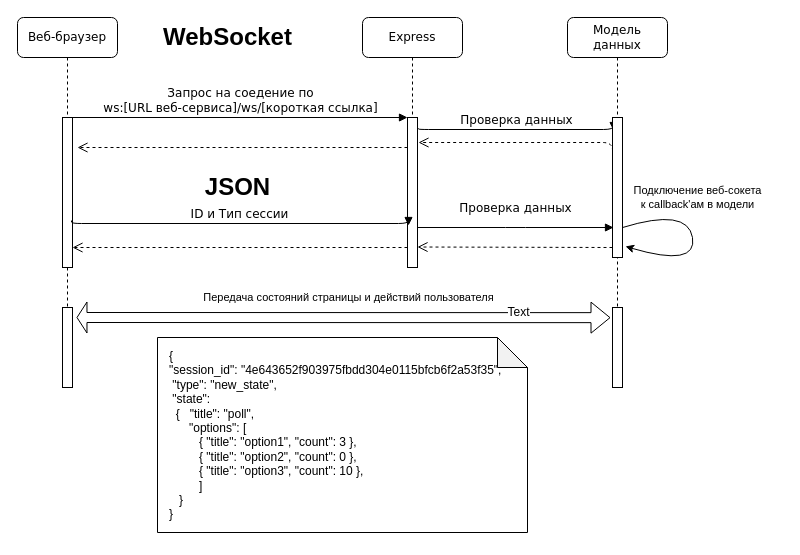
Above: drawio/wsdiagram.drawio in Jeday/GraduationPaper (draw.io), before the change. Source tidied: cells renumbered, new cells numbered last; positions are measured from the earlier drawing's top-left corner, leaving out a move shared by most shapes. Both pictures are drawn from the tidied source at 100%, with x=0, y=0 at pixel (-7, 17).
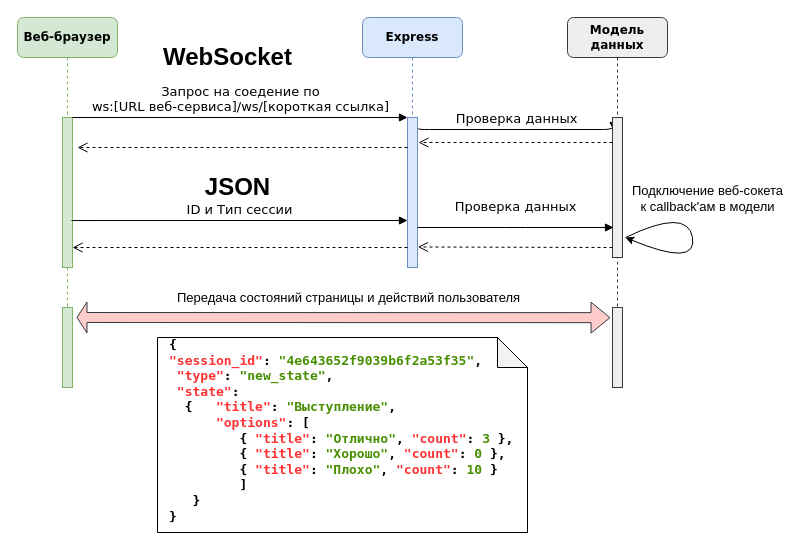
The same diagram, later.

The change refers to these unchanged cells:
```xml
<mxCell id="24" style="group;" parent="23" vertex="1">
  <mxGeometry width="370" height="195" as="geometry" />
</mxCell>
```

The edit, as a diff of the source:
```diff
@@
-    <mxCell id="2" value="Express" style="shape=umlLifeline;perimeter=lifelinePerimeter;whiteSpace=wrap;html=1;rounded=1;shadow=0;comic=0;labelBackgroundColor=none;strokeColor=#000000;strokeWidth=1;fillColor=#FFFFFF;fontFamily=Verdana;fontSize=12;fontColor=#000000;align=center;" parent="1" vertex="1">
+    <mxCell id="2" value="Express" style="shape=umlLifeline;perimeter=lifelinePerimeter;whiteSpace=wrap;html=1;rounded=1;shadow=0;comic=0;labelBackgroundColor=none;strokeColor=#6c8ebf;strokeWidth=1;fillColor=#dae8fc;fontFamily=Verdana;fontSize=12;align=center;fontStyle=1;" parent="1" vertex="1">
       <mxGeometry x="369" width="100" height="250" as="geometry" />
     </mxCell>
-    <mxCell id="3" style="html=1;points=[];perimeter=orthogonalPerimeter;rounded=0;shadow=0;comic=0;labelBackgroundColor=none;strokeColor=#000000;strokeWidth=1;fillColor=#FFFFFF;fontFamily=Verdana;fontSize=12;fontColor=#000000;align=center;" parent="2" vertex="1">
+    <mxCell id="3" style="html=1;points=[];perimeter=orthogonalPerimeter;rounded=0;shadow=0;comic=0;labelBackgroundColor=none;strokeColor=#6c8ebf;strokeWidth=1;fillColor=#dae8fc;fontFamily=Verdana;fontSize=12;align=center;" parent="2" vertex="1">
       <mxGeometry x="45" y="100" width="10" height="150" as="geometry" />
     </mxCell>
-    <mxCell id="4" value="Веб-браузер" style="shape=umlLifeline;perimeter=lifelinePerimeter;whiteSpace=wrap;html=1;rounded=1;shadow=0;comic=0;labelBackgroundColor=none;strokeColor=#000000;strokeWidth=1;fillColor=#FFFFFF;fontFamily=Verdana;fontSize=12;fontColor=#000000;align=center;" parent="1" vertex="1">
+    <mxCell id="4" value="Веб-браузер" style="shape=umlLifeline;perimeter=lifelinePerimeter;whiteSpace=wrap;html=1;rounded=1;shadow=0;comic=0;labelBackgroundColor=none;strokeColor=#82b366;strokeWidth=1;fillColor=#d5e8d4;fontFamily=Verdana;fontSize=12;align=center;fontStyle=1;" parent="1" vertex="1">
       <mxGeometry x="24" width="100" height="370" as="geometry" />
     </mxCell>
-    <mxCell id="5" style="html=1;points=[];perimeter=orthogonalPerimeter;rounded=0;shadow=0;comic=0;labelBackgroundColor=none;strokeColor=#000000;strokeWidth=1;fillColor=#FFFFFF;fontFamily=Verdana;fontSize=12;fontColor=#000000;align=center;" parent="4" vertex="1">
+    <mxCell id="5" style="html=1;points=[];perimeter=orthogonalPerimeter;rounded=0;shadow=0;comic=0;labelBackgroundColor=none;strokeColor=#82b366;strokeWidth=1;fillColor=#d5e8d4;fontFamily=Verdana;fontSize=12;align=center;" parent="4" vertex="1">
       <mxGeometry x="45" y="100" width="10" height="150" as="geometry" />
     </mxCell>
-    <mxCell id="6" style="html=1;perimeter=orthogonalPerimeter;rounded=0;shadow=0;comic=0;labelBackgroundColor=none;strokeColor=#000000;strokeWidth=1;fillColor=#FFFFFF;fontFamily=Verdana;fontSize=12;fontColor=#000000;align=center;" parent="4" vertex="1">
+    <mxCell id="6" style="html=1;perimeter=orthogonalPerimeter;rounded=0;shadow=0;comic=0;labelBackgroundColor=none;strokeColor=#82b366;strokeWidth=1;fillColor=#d5e8d4;fontFamily=Verdana;fontSize=12;align=center;" parent="4" vertex="1">
       <mxGeometry x="45" y="290" width="10" height="80" as="geometry" />
     </mxCell>
-    <mxCell id="7" value="Запрос на соедение по&lt;br&gt;ws:[URL веб-сервиса]/ws/[короткая ссылка]&lt;br&gt;" style="html=1;verticalAlign=bottom;endArrow=block;entryX=0;entryY=0;labelBackgroundColor=none;fontFamily=Verdana;fontSize=12;edgeStyle=elbowEdgeStyle;elbow=vertical;" parent="1" edge="1" source="5" target="3">
+    <mxCell id="7" value="Запрос на соедение по&lt;br style=&quot;font-size: 13px;&quot;&gt;ws:[URL веб-сервиса]/ws/[короткая ссылка]&lt;br style=&quot;font-size: 13px;&quot;&gt;" style="html=1;verticalAlign=bottom;endArrow=block;entryX=0;entryY=0;labelBackgroundColor=none;fontFamily=Verdana;fontSize=13;edgeStyle=elbowEdgeStyle;elbow=vertical;" parent="1" edge="1" source="5" target="3">
       <mxGeometry relative="1" as="geometry" />
     </mxCell>
-    <mxCell id="8" value="Проверка данных" style="html=1;verticalAlign=bottom;endArrow=block;entryX=0.1;entryY=0.093;labelBackgroundColor=none;fontFamily=Verdana;fontSize=12;edgeStyle=elbowEdgeStyle;elbow=vertical;entryDx=0;entryDy=0;entryPerimeter=0;exitX=1.1;exitY=0.073;exitDx=0;exitDy=0;exitPerimeter=0;" parent="1" edge="1" source="3" target="10">
+    <mxCell id="8" value="Проверка данных" style="html=1;verticalAlign=bottom;endArrow=block;entryX=0.1;entryY=0.093;labelBackgroundColor=none;fontFamily=Verdana;fontSize=13;edgeStyle=elbowEdgeStyle;elbow=vertical;entryDx=0;entryDy=0;entryPerimeter=0;exitX=1.1;exitY=0.073;exitDx=0;exitDy=0;exitPerimeter=0;" parent="1" edge="1" source="3" target="10">
       <mxGeometry relative="1" as="geometry" />
     </mxCell>
-    <mxCell id="9" value="Модель данных" style="shape=umlLifeline;perimeter=lifelinePerimeter;whiteSpace=wrap;html=1;rounded=1;shadow=0;comic=0;labelBackgroundColor=none;strokeColor=#000000;strokeWidth=1;fillColor=#FFFFFF;fontFamily=Verdana;fontSize=12;fontColor=#000000;align=center;" parent="1" vertex="1">
+    <mxCell id="9" value="Модель данных" style="shape=umlLifeline;perimeter=lifelinePerimeter;whiteSpace=wrap;html=1;rounded=1;shadow=0;comic=0;labelBackgroundColor=none;strokeColor=#36393d;strokeWidth=1;fillColor=#eeeeee;fontFamily=Verdana;fontSize=12;align=center;fontStyle=1;" parent="1" vertex="1">
       <mxGeometry x="574" width="100" height="370" as="geometry" />
     </mxCell>
-    <mxCell id="10" style="html=1;points=[];perimeter=orthogonalPerimeter;rounded=0;shadow=0;comic=0;labelBackgroundColor=none;strokeColor=#000000;strokeWidth=1;fillColor=#FFFFFF;fontFamily=Verdana;fontSize=12;fontColor=#000000;align=center;" parent="9" vertex="1">
+    <mxCell id="10" style="html=1;points=[];perimeter=orthogonalPerimeter;rounded=0;shadow=0;comic=0;labelBackgroundColor=none;strokeColor=#36393d;strokeWidth=1;fillColor=#eeeeee;fontFamily=Verdana;fontSize=12;align=center;" parent="9" vertex="1">
       <mxGeometry x="45" y="100" width="10" height="140" as="geometry" />
     </mxCell>
-    <mxCell id="11" style="html=1;points=[];perimeter=orthogonalPerimeter;rounded=0;shadow=0;comic=0;labelBackgroundColor=none;strokeColor=#000000;strokeWidth=1;fillColor=#FFFFFF;fontFamily=Verdana;fontSize=12;fontColor=#000000;align=center;" parent="9" vertex="1">
+    <mxCell id="11" style="html=1;points=[];perimeter=orthogonalPerimeter;rounded=0;shadow=0;comic=0;labelBackgroundColor=none;strokeColor=#36393d;strokeWidth=1;fillColor=#eeeeee;fontFamily=Verdana;fontSize=12;align=center;" parent="9" vertex="1">
       <mxGeometry x="45" y="290" width="10" height="80" as="geometry" />
     </mxCell>
-    <mxCell id="12" value="Подключение веб-сокета &lt;br&gt;к callback'ам в модели" style="curved=1;endArrow=classic;html=1;exitX=1;exitY=0.786;exitDx=0;exitDy=0;exitPerimeter=0;entryX=1.3;entryY=0.921;entryDx=0;entryDy=0;entryPerimeter=0;" parent="9" edge="1" source="10" target="10">
-      <mxGeometry x="-0.33" y="14" relative="1" as="geometry">
+    <mxCell id="12" value="Подключение веб-сокета &lt;br style=&quot;font-size: 13px;&quot;&gt;к callback'ам в модели" style="curved=1;endArrow=classic;html=1;fontSize=13;labelBackgroundColor=none;" parent="9" edge="1">
+      <mxGeometry x="-0.34" y="22" relative="1" as="geometry">
+        <mxPoint x="58" y="220" as="sourcePoint" />
+        <mxPoint x="58" y="220" as="targetPoint" />
         <Array as="points">
           <mxPoint x="120" y="190" />
           <mxPoint x="130" y="250" />
         </Array>
-        <mxPoint x="-4" y="-8" as="offset" />
+        <mxPoint x="-2" y="-6" as="offset" />
       </mxGeometry>
     </mxCell>
     <mxCell id="13" style="html=1;verticalAlign=bottom;endArrow=open;dashed=1;endSize=8;labelBackgroundColor=none;fontFamily=Verdana;fontSize=12;edgeStyle=elbowEdgeStyle;elbow=vertical;entryX=1.1;entryY=0.167;entryDx=0;entryDy=0;entryPerimeter=0;" parent="1" edge="1" target="3">
       <mxGeometry relative="1" as="geometry">
-        <mxPoint x="619" y="140" as="sourcePoint" />
+        <mxPoint x="619" y="125" as="sourcePoint" />
         <Array as="points">
           <mxPoint x="534" y="125" />
         </Array>
       </mxGeometry>
     </mxCell>
@@
-    <mxCell id="15" value="Проверка данных" style="html=1;verticalAlign=bottom;endArrow=block;entryX=0.1;entryY=0.091;labelBackgroundColor=none;fontFamily=Verdana;fontSize=12;edgeStyle=elbowEdgeStyle;elbow=vertical;entryDx=0;entryDy=0;entryPerimeter=0;" parent="1" edge="1">
+    <mxCell id="15" value="Проверка данных" style="html=1;verticalAlign=bottom;endArrow=block;entryX=0.1;entryY=0.091;labelBackgroundColor=none;fontFamily=Verdana;fontSize=13;edgeStyle=elbowEdgeStyle;elbow=vertical;entryDx=0;entryDy=0;entryPerimeter=0;" parent="1" edge="1">
       <mxGeometry y="10" relative="1" as="geometry">
         <mxPoint x="424" y="210" as="sourcePoint" />
         <mxPoint x="620" y="210" as="targetPoint" />
       </mxGeometry>
     </mxCell>
-    <mxCell id="16" style="html=1;verticalAlign=bottom;endArrow=open;dashed=1;endSize=8;labelBackgroundColor=none;fontFamily=Verdana;fontSize=12;edgeStyle=elbowEdgeStyle;elbow=vertical;" parent="1" edge="1">
+    <mxCell id="16" style="html=1;verticalAlign=bottom;endArrow=open;dashed=1;endSize=8;labelBackgroundColor=none;fontFamily=Verdana;fontSize=12;edgeStyle=elbowEdgeStyle;elbow=vertical;entryX=1.038;entryY=0.863;entryDx=0;entryDy=0;entryPerimeter=0;" parent="1" edge="1" target="3">
       <mxGeometry relative="1" as="geometry">
         <mxPoint x="619" y="230" as="sourcePoint" />
-        <mxPoint x="424" y="230" as="targetPoint" />
         <Array as="points">
           <mxPoint x="344.5" y="229.5" />
         </Array>
       </mxGeometry>
     </mxCell>
-    <mxCell id="17" value="ID и Тип сессии" style="html=1;verticalAlign=bottom;endArrow=block;entryX=0.1;entryY=0.72;labelBackgroundColor=none;fontFamily=Verdana;fontSize=12;edgeStyle=elbowEdgeStyle;elbow=vertical;entryDx=0;entryDy=0;entryPerimeter=0;exitX=0.9;exitY=0.687;exitDx=0;exitDy=0;exitPerimeter=0;" parent="1" edge="1" source="5" target="3">
-      <mxGeometry relative="1" as="geometry" />
+    <mxCell id="17" value="ID и Тип сессии" style="html=1;verticalAlign=bottom;endArrow=block;labelBackgroundColor=none;fontFamily=Verdana;fontSize=13;edgeStyle=elbowEdgeStyle;elbow=vertical;exitX=0.9;exitY=0.687;exitDx=0;exitDy=0;exitPerimeter=0;rounded=0;entryX=0;entryY=0.687;entryDx=0;entryDy=0;entryPerimeter=0;" parent="1" edge="1" source="5" target="3">
+      <mxGeometry relative="1" as="geometry">
+        <Array as="points">
+          <mxPoint x="334" y="203" />
+          <mxPoint x="104" y="190" />
+          <mxPoint x="134" y="203" />
+          <mxPoint x="144" y="196" />
+        </Array>
+      </mxGeometry>
     </mxCell>
@@
     <mxCell id="19" value="WebSocket" style="text;strokeColor=none;fillColor=none;html=1;fontSize=24;fontStyle=1;verticalAlign=middle;align=center;" parent="1" vertex="1">
-      <mxGeometry x="184" width="100" height="40" as="geometry" />
+      <mxGeometry x="184" y="20" width="100" height="40" as="geometry" />
     </mxCell>
@@
-    <mxCell id="21" value="Передача состояний страницы и действий пользователя" style="shape=flexArrow;endArrow=classic;startArrow=classic;html=1;entryX=-0.2;entryY=0.127;entryDx=0;entryDy=0;entryPerimeter=0;width=10;startSize=2.99;" parent="1" edge="1" target="11">
+    <mxCell id="21" value="Передача состояний страницы и действий пользователя" style="shape=flexArrow;endArrow=classic;startArrow=classic;html=1;entryX=-0.2;entryY=0.127;entryDx=0;entryDy=0;entryPerimeter=0;width=10;startSize=2.99;fillColor=#ffcccc;strokeColor=#36393d;fontSize=13;" parent="1" edge="1" target="11">
       <mxGeometry x="0.02" y="20" relative="1" as="geometry">
         <mxPoint x="83" y="300" as="sourcePoint" />
       </mxGeometry>
     </mxCell>
-    <mxCell id="22" value="Text" style="text;html=1;align=center;verticalAlign=middle;labelBackgroundColor=#ffffff;" parent="21" vertex="1">
-      <mxGeometry x="0.65" y="6" relative="1" as="geometry" />
-    </mxCell>
-    <mxCell id="23" style="group;" parent="1" vertex="1">
+    <mxCell id="23" style="group;fillColor=none;shadow=0;strokeColor=none;" parent="1" vertex="1">
       <mxGeometry x="164" y="320" width="370" height="195" as="geometry" />
     </mxCell>
@@
-    <mxCell id="26" value="{&amp;nbsp;&lt;br&gt;&quot;session_id&quot;: &quot;4e643652f903975fbdd304e0115bfcb6f2a53f35&quot;,&lt;br&gt;&amp;nbsp;&quot;type&quot;: &quot;new_state&quot;,&lt;br&gt;&amp;nbsp;&quot;state&quot;: &lt;br&gt;&amp;nbsp; {&amp;nbsp; &amp;nbsp;&quot;title&quot;:&amp;nbsp;&quot;poll&quot;,&lt;br&gt;&amp;nbsp; &amp;nbsp; &amp;nbsp; &quot;options&quot;: [&lt;br&gt;&amp;nbsp; &amp;nbsp; &amp;nbsp; &amp;nbsp; &amp;nbsp;{ &quot;title&quot;: &quot;option1&quot;, &quot;count&quot;: 3 },&lt;br&gt;&amp;nbsp; &amp;nbsp; &amp;nbsp; &amp;nbsp; &amp;nbsp;{ &quot;title&quot;: &quot;option2&quot;, &quot;count&quot;: 0 },&#9;&lt;br&gt;&amp;nbsp; &amp;nbsp; &amp;nbsp; &amp;nbsp; &amp;nbsp;{ &quot;title&quot;: &quot;option3&quot;, &quot;count&quot;: 10 },&lt;br&gt;&amp;nbsp; &amp;nbsp; &amp;nbsp; &amp;nbsp; &amp;nbsp;]&amp;nbsp;&lt;br&gt;&amp;nbsp; &amp;nbsp;}&lt;br&gt;}" style="text;html=1;" parent="24" vertex="1">
-      <mxGeometry x="10" y="5" width="340" height="120" as="geometry" />
+    <mxCell id="26" value="&lt;h3 style=&quot;font-size: 13px&quot;&gt;&lt;font face=&quot;Lucida Console&quot; style=&quot;font-size: 13px&quot;&gt;{&amp;nbsp;&lt;br&gt;&lt;font color=&quot;#ff3333&quot; style=&quot;font-size: 13px&quot;&gt;&quot;session_id&quot;&lt;/font&gt;: &lt;font color=&quot;#478f00&quot; style=&quot;font-size: 13px&quot;&gt;&quot;4e643652f9039b6f2a53f35&quot;&lt;/font&gt;,&lt;br&gt;&amp;nbsp;&lt;font color=&quot;#ff3333&quot; style=&quot;font-size: 13px&quot;&gt;&quot;type&quot;&lt;/font&gt;: &lt;font color=&quot;#478f00&quot; style=&quot;font-size: 13px&quot;&gt;&quot;new_state&quot;&lt;/font&gt;,&lt;br&gt;&amp;nbsp;&lt;font color=&quot;#ff3333&quot; style=&quot;font-size: 13px&quot;&gt;&quot;state&quot;&lt;/font&gt;:&lt;br&gt; &amp;nbsp; {&amp;nbsp; &lt;font color=&quot;#ff3333&quot; style=&quot;font-size: 13px&quot;&gt;&amp;nbsp;&quot;title&quot;&lt;/font&gt;:&amp;nbsp;&lt;font color=&quot;#478f00&quot; style=&quot;font-size: 13px&quot;&gt;&quot;Выступление&quot;&lt;/font&gt;,&lt;br&gt;&amp;nbsp; &amp;nbsp; &amp;nbsp;&lt;font color=&quot;#ff3333&quot; style=&quot;font-size: 13px&quot;&gt; &quot;options&quot;&lt;/font&gt;: [&lt;br&gt;&amp;nbsp; &amp;nbsp; &amp;nbsp; &amp;nbsp; &amp;nbsp;{&lt;font color=&quot;#ff3333&quot; style=&quot;font-size: 13px&quot;&gt; &quot;title&quot;&lt;/font&gt;: &lt;font color=&quot;#478f00&quot; style=&quot;font-size: 13px&quot;&gt;&quot;Отлично&quot;&lt;/font&gt;, &lt;font color=&quot;#ff3333&quot; style=&quot;font-size: 13px&quot;&gt;&quot;count&quot;&lt;/font&gt;: &lt;font color=&quot;#478f00&quot; style=&quot;font-size: 13px&quot;&gt;3&lt;/font&gt; },&lt;br&gt;&amp;nbsp; &amp;nbsp; &amp;nbsp; &amp;nbsp; &amp;nbsp;{ &lt;font color=&quot;#ff3333&quot; style=&quot;font-size: 13px&quot;&gt;&quot;title&quot;&lt;/font&gt;: &lt;font color=&quot;#478f00&quot; style=&quot;font-size: 13px&quot;&gt;&quot;Хорошо&quot;&lt;/font&gt;, &lt;font color=&quot;#ff3333&quot; style=&quot;font-size: 13px&quot;&gt;&quot;count&quot;&lt;/font&gt;:&lt;font color=&quot;#478f00&quot; style=&quot;font-size: 13px&quot;&gt; 0 &lt;/font&gt;},&lt;br&gt;&#9;&amp;nbsp; &amp;nbsp; &amp;nbsp; &amp;nbsp; &amp;nbsp;{ &lt;font color=&quot;#ff3333&quot; style=&quot;font-size: 13px&quot;&gt;&quot;title&quot;&lt;/font&gt;: &lt;font color=&quot;#478f00&quot; style=&quot;font-size: 13px&quot;&gt;&quot;Плохо&quot;&lt;/font&gt;, &lt;font color=&quot;#ff3333&quot; style=&quot;font-size: 13px&quot;&gt;&quot;count&quot;&lt;/font&gt;: &lt;font color=&quot;#478f00&quot; style=&quot;font-size: 13px&quot;&gt;10&lt;/font&gt; }&lt;br&gt;&amp;nbsp; &amp;nbsp; &amp;nbsp; &amp;nbsp; &amp;nbsp;]&amp;nbsp;&lt;br&gt;&amp;nbsp; &amp;nbsp;}&lt;br&gt;}&lt;/font&gt;&lt;/h3&gt;" style="text;html=1;" parent="24" vertex="1">
+      <mxGeometry x="10" y="-20" width="340" height="145" as="geometry" />
     </mxCell>
```
